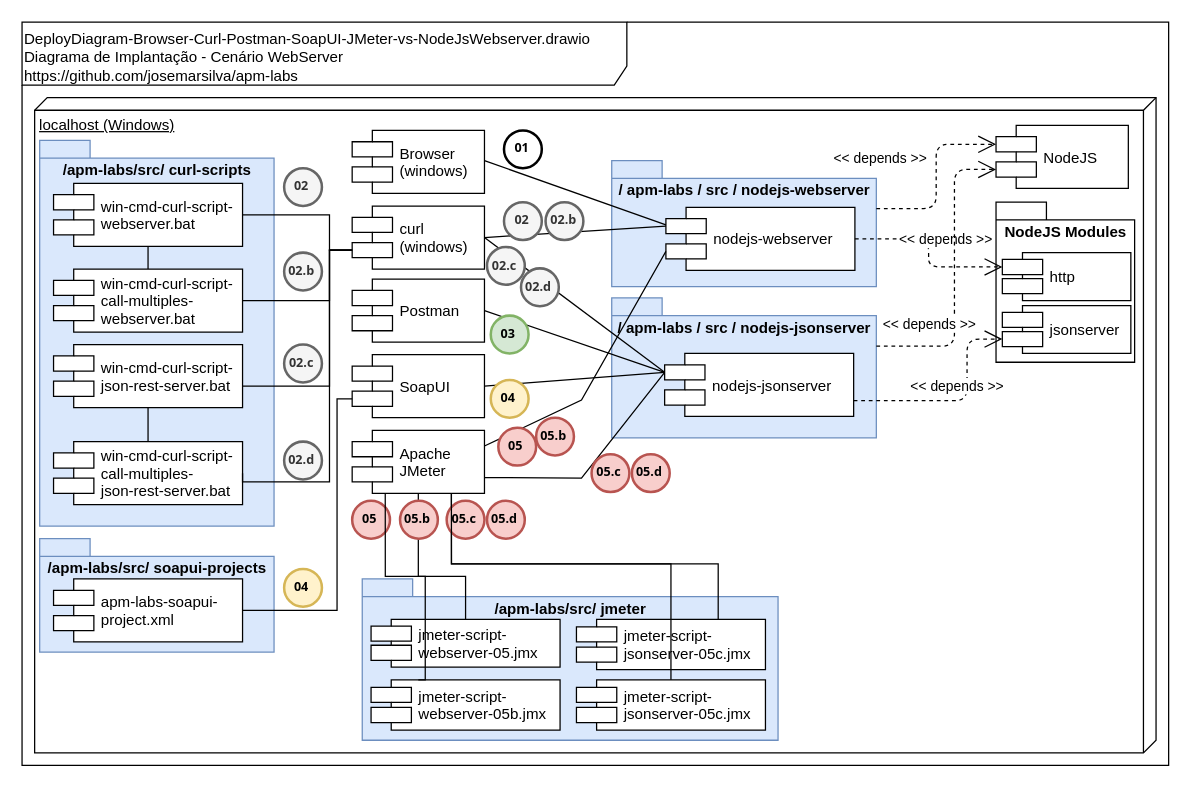
josemarsilva/apm-labs keeps this draw.io diagram as doc/DeployDiagram-Browser-Curl-Postman-SoapUI-JMeter-vs-NodeJsWebserver.drawio. Above is the earlier version. Source tidied: cells renumbered, new cells numbered last; positions are measured from the earlier drawing's top-left corner, leaving out a move shared by most shapes. Both pictures are drawn from the tidied source at 126%, with x=0, y=0 at pixel (21, 21).
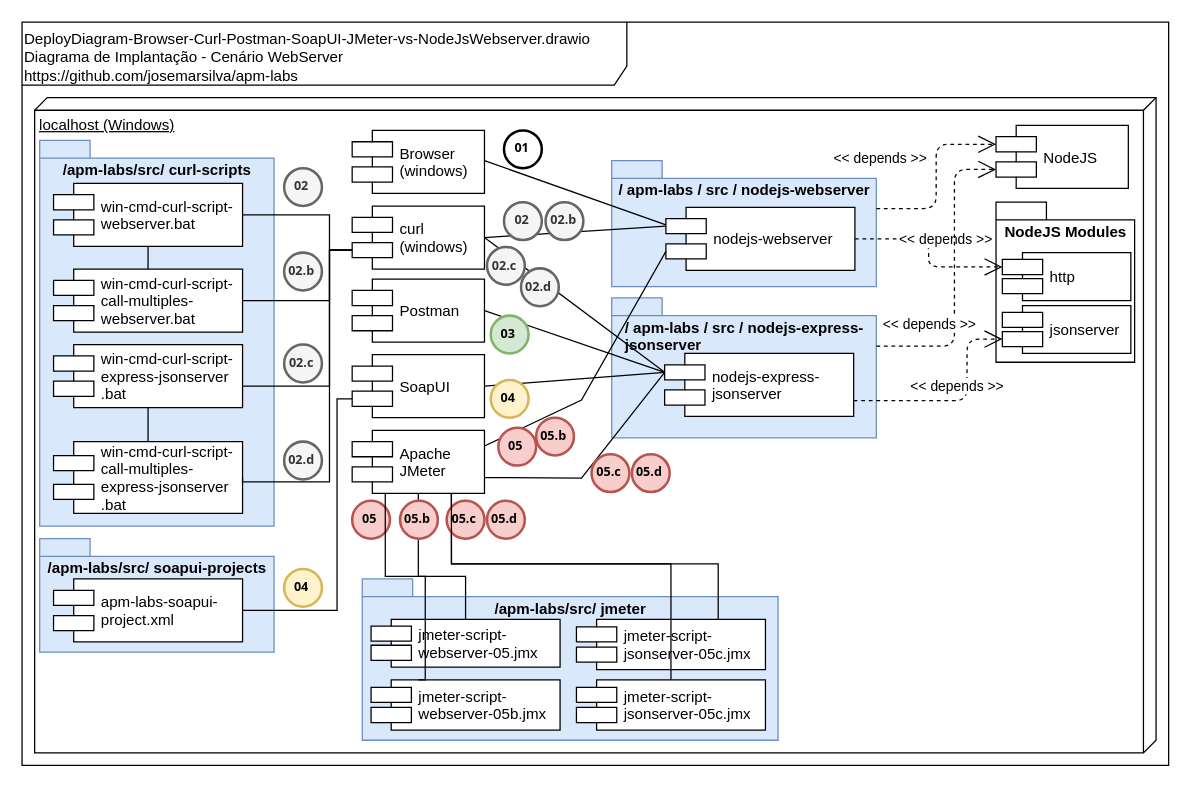
After the change.

What changed in the source:
```diff
@@
-    <mxCell id="4" value="/ apm-labs / src /&amp;nbsp;&lt;span style=&quot;text-align: left&quot;&gt;nodejs-jsonserver&lt;/span&gt;" style="shape=folder;fontStyle=1;spacingTop=10;tabWidth=40;tabHeight=14;tabPosition=left;html=1;verticalAlign=top;fillColor=#dae8fc;strokeColor=#6c8ebf;" parent="1" vertex="1">
+    <mxCell id="4" value="&lt;div style=&quot;text-align: left&quot;&gt;&lt;span&gt;/ apm-labs / src / &lt;/span&gt;&lt;span&gt;nodejs-express&lt;/span&gt;&lt;span&gt;-&lt;/span&gt;&lt;/div&gt;&lt;div style=&quot;text-align: left&quot;&gt;&lt;span&gt;jsonserver&lt;/span&gt;&lt;/div&gt;" style="shape=folder;fontStyle=1;spacingTop=10;tabWidth=40;tabHeight=14;tabPosition=left;html=1;verticalAlign=top;fillColor=#dae8fc;strokeColor=#6c8ebf;" parent="1" vertex="1">
       <mxGeometry x="468" y="219" width="210" height="111" as="geometry" />
     </mxCell>
@@
-    <mxCell id="27" value="win-cmd-curl-script-&#10;json-rest-server.bat" style="shape=component;align=left;spacingLeft=36;" parent="1" vertex="1">
+    <mxCell id="27" value="win-cmd-curl-script-&#10;express-jsonserver&#10;.bat" style="shape=component;align=left;spacingLeft=36;" parent="1" vertex="1">
       <mxGeometry x="25" y="256" width="150" height="50" as="geometry" />
     </mxCell>
@@
-    <mxCell id="30" value="win-cmd-curl-script-&#10;call-multiples-&#10;json-rest-server.bat" style="shape=component;align=left;spacingLeft=36;" parent="1" vertex="1">
-      <mxGeometry x="25" y="333" width="150" height="50" as="geometry" />
+    <mxCell id="30" value="win-cmd-curl-script-&#10;call-multiples-&#10;express-jsonserver&#10;.bat" style="shape=component;align=left;spacingLeft=36;" parent="1" vertex="1">
+      <mxGeometry x="25" y="333" width="150" height="57" as="geometry" />
     </mxCell>
@@
-    <mxCell id="58" value="nodejs-jsonserver" style="shape=component;align=left;spacingLeft=36;" parent="1" vertex="1">
+    <mxCell id="58" value="nodejs-express-&#10;jsonserver" style="shape=component;align=left;spacingLeft=36;" parent="1" vertex="1">
       <mxGeometry x="510" y="263" width="150" height="50" as="geometry" />
     </mxCell>
```
